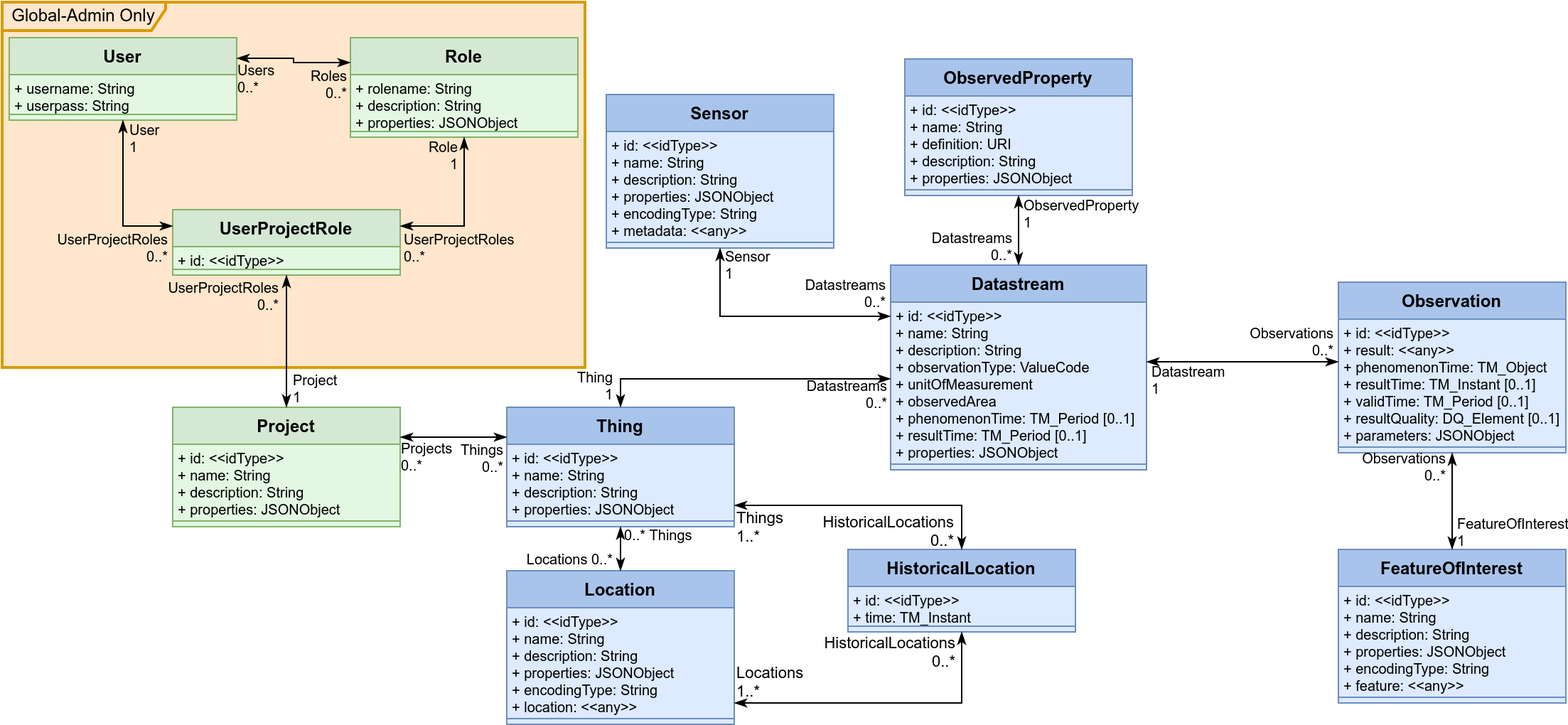
The draw.io diagram Datamodel-SensorThingsApi-SecurityTest.drawio.png in hylkevds/FROST-Server.Plugin.SecurityTest, before a commit. Source tidied: cells renumbered, new cells last; positions are measured from the earlier drawing's top-left corner, leaving out a move shared by most shapes.
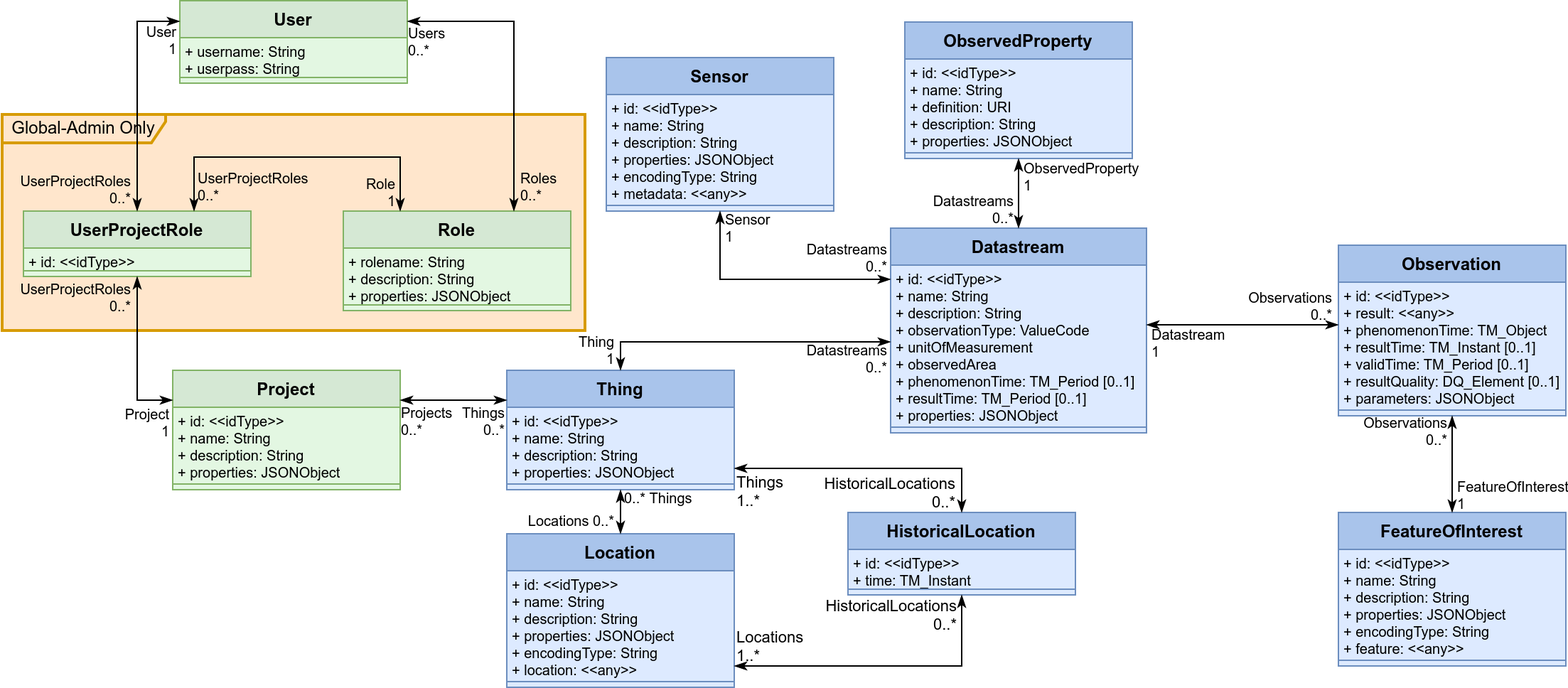
The same diagram one commit later.

Commit message:
Users can see their own user and change their password

The edit, as a diff of the source:
```diff
@@ -3,7 +3,7 @@
     <mxCell id="0" />
     <mxCell id="1" parent="0" />
     <mxCell id="2" value="Global-Admin Only" style="shape=umlFrame;whiteSpace=wrap;html=1;width=115;height=20;fillColor=#ffe6cc;strokeColor=#d79b00;perimeterSpacing=0;strokeWidth=2;shadow=0;labelBackgroundColor=none;swimlaneFillColor=#FFE6CC;" parent="1" vertex="1">
-      <mxGeometry width="410" height="257" as="geometry" />
+      <mxGeometry y="105" width="410" height="152" as="geometry" />
     </mxCell>
     <mxCell id="3" value="Thing" style="swimlane;fontStyle=1;align=center;verticalAlign=top;horizontal=1;startSize=26;fillColor=#A9C4EB;strokeColor=#6c8ebf;swimlaneFillColor=#DDEAFF;" parent="1" vertex="1">
       <mxGeometry x="355" y="285" width="160" height="84" as="geometry" />
@@ -291,7 +291,7 @@
       </mxGeometry>
     </mxCell>
     <mxCell id="88" value="UserProjectRole" style="swimlane;fontStyle=1;align=center;verticalAlign=top;horizontal=1;startSize=26;fillColor=#d5e8d4;strokeColor=#82b366;swimlaneFillColor=#E3F7E2;" parent="1" vertex="1">
-      <mxGeometry x="120" y="146" width="160" height="46" as="geometry" />
+      <mxGeometry x="15" y="173" width="160" height="46" as="geometry" />
     </mxCell>
     <mxCell id="89" value="+ id: &lt;&lt;idType&gt;&gt;" style="text;strokeColor=none;fillColor=none;align=left;verticalAlign=top;spacingLeft=4;spacingRight=4;overflow=hidden;fontSize=10;spacing=0;" parent="88" vertex="1">
       <mxGeometry y="26" width="160" height="12" as="geometry" />
@@ -300,7 +300,7 @@
       <mxGeometry y="38" width="160" height="8" as="geometry" />
     </mxCell>
     <mxCell id="91" value="User" style="swimlane;fontStyle=1;align=center;verticalAlign=top;horizontal=1;startSize=26;fillColor=#d5e8d4;strokeColor=#82b366;swimlaneFillColor=#E3F7E2;" parent="1" vertex="1">
-      <mxGeometry x="5" y="25" width="160" height="58" as="geometry" />
+      <mxGeometry x="125" y="25" width="160" height="58" as="geometry" />
     </mxCell>
     <mxCell id="92" value="+ username: String" style="text;strokeColor=none;fillColor=none;align=left;verticalAlign=top;spacingLeft=4;spacingRight=4;overflow=hidden;fontSize=10;spacing=0;" parent="91" vertex="1">
       <mxGeometry y="26" width="160" height="12" as="geometry" />
@@ -330,7 +330,7 @@
       <mxGeometry y="76" width="160" height="8" as="geometry" />
     </mxCell>
     <mxCell id="101" value="Role" style="swimlane;fontStyle=1;align=center;verticalAlign=top;horizontal=1;startSize=26;fillColor=#d5e8d4;strokeColor=#82b366;swimlaneFillColor=#E3F7E2;" parent="1" vertex="1">
-      <mxGeometry x="245" y="25" width="160" height="70" as="geometry" />
+      <mxGeometry x="240" y="173" width="160" height="70" as="geometry" />
     </mxCell>
     <mxCell id="102" value="+ rolename: String" style="text;strokeColor=none;fillColor=none;align=left;verticalAlign=top;spacingLeft=4;spacingRight=4;overflow=hidden;fontSize=10;spacing=0;" parent="101" vertex="1">
       <mxGeometry y="26" width="160" height="12" as="geometry" />
@@ -357,10 +357,10 @@
         <mxPoint x="-1" y="29" as="offset" />
       </mxGeometry>
     </mxCell>
-    <mxCell id="109" style="endArrow=classicThin;html=1;edgeStyle=orthogonalEdgeStyle;rounded=0;fontSize=10;exitX=0;exitY=0.25;exitDx=0;exitDy=0;startArrow=classicThin;startFill=1;endFill=1;entryX=1;entryY=0.25;entryDx=0;entryDy=0;" parent="1" edge="1" source="101" target="91">
+    <mxCell id="109" style="endArrow=classicThin;html=1;edgeStyle=orthogonalEdgeStyle;rounded=0;fontSize=10;exitX=0.75;exitY=0;exitDx=0;exitDy=0;startArrow=classicThin;startFill=1;endFill=1;entryX=1;entryY=0.25;entryDx=0;entryDy=0;" parent="1" edge="1" source="101" target="91">
       <mxGeometry relative="1" as="geometry" />
     </mxCell>
-    <mxCell id="110" value="&lt;div&gt;Roles&lt;/div&gt;&lt;div&gt;0..*&lt;br&gt;&lt;/div&gt;" style="edgeLabel;html=1;align=right;verticalAlign=top;labelBackgroundColor=none;fontSize=10;spacing=2;spacingRight=4;" parent="109" vertex="1">
+    <mxCell id="110" value="&lt;div&gt;Roles&lt;/div&gt;&lt;div&gt;0..*&lt;br&gt;&lt;/div&gt;" style="edgeLabel;html=1;align=left;verticalAlign=bottom;labelBackgroundColor=none;fontSize=10;spacing=2;spacingRight=4;" parent="109" vertex="1">
       <mxGeometry x="-1" relative="1" as="geometry">
         <mxPoint x="3" y="-3" as="offset" />
       </mxGeometry>
@@ -370,33 +370,38 @@
         <mxPoint x="-1" y="29" as="offset" />
       </mxGeometry>
     </mxCell>
-    <mxCell id="112" style="endArrow=classicThin;html=1;edgeStyle=orthogonalEdgeStyle;rounded=0;fontSize=10;exitX=0;exitY=0.25;exitDx=0;exitDy=0;startArrow=classicThin;startFill=1;endFill=1;entryX=0.5;entryY=1;entryDx=0;entryDy=0;" parent="1" edge="1" source="88" target="91">
+    <mxCell id="112" style="endArrow=classicThin;html=1;edgeStyle=orthogonalEdgeStyle;rounded=0;fontSize=10;exitX=0.5;exitY=0;exitDx=0;exitDy=0;startArrow=classicThin;startFill=1;endFill=1;entryX=0;entryY=0.25;entryDx=0;entryDy=0;" parent="1" edge="1" source="88" target="91">
       <mxGeometry relative="1" as="geometry" />
     </mxCell>
-    <mxCell id="113" value="&lt;div&gt;UserProjectRoles&lt;/div&gt;&lt;div&gt;0..*&lt;br&gt;&lt;/div&gt;" style="edgeLabel;html=1;align=right;verticalAlign=top;labelBackgroundColor=none;fontSize=10;spacing=2;spacingRight=4;" parent="112" vertex="1">
+    <mxCell id="113" value="&lt;div&gt;UserProjectRoles&lt;/div&gt;&lt;div&gt;0..*&lt;br&gt;&lt;/div&gt;" style="edgeLabel;html=1;align=right;verticalAlign=bottom;labelBackgroundColor=none;fontSize=10;spacing=2;spacingRight=4;" parent="112" vertex="1">
       <mxGeometry x="-1" relative="1" as="geometry">
-        <mxPoint x="2" y="-3" as="offset" />
+        <mxPoint y="-1" as="offset" />
       </mxGeometry>
     </mxCell>
-    <mxCell id="114" value="&lt;div&gt;User&lt;/div&gt;&lt;div&gt;1&lt;br&gt;&lt;/div&gt;" style="edgeLabel;html=1;align=left;verticalAlign=bottom;labelBackgroundColor=none;fontSize=10;horizontal=1;spacing=2;" parent="112" vertex="1">
+    <mxCell id="114" value="&lt;div&gt;User&lt;/div&gt;&lt;div&gt;1&lt;br&gt;&lt;/div&gt;" style="edgeLabel;html=1;align=right;verticalAlign=bottom;labelBackgroundColor=none;fontSize=10;horizontal=1;spacing=2;" parent="112" vertex="1">
       <mxGeometry x="1" relative="1" as="geometry">
-        <mxPoint x="3" y="28" as="offset" />
+        <mxPoint x="-2" y="28" as="offset" />
       </mxGeometry>
     </mxCell>
-    <mxCell id="115" style="endArrow=classicThin;html=1;edgeStyle=orthogonalEdgeStyle;rounded=0;fontSize=10;exitX=1;exitY=0.25;exitDx=0;exitDy=0;startArrow=classicThin;startFill=1;endFill=1;entryX=0.5;entryY=1;entryDx=0;entryDy=0;" parent="1" edge="1" source="88" target="101">
-      <mxGeometry relative="1" as="geometry" />
+    <mxCell id="115" style="endArrow=classicThin;html=1;rounded=0;fontSize=10;startArrow=classicThin;startFill=1;endFill=1;entryX=0.25;entryY=0;entryDx=0;entryDy=0;edgeStyle=elbowEdgeStyle;elbow=vertical;" parent="1" edge="1" target="101">
+      <mxGeometry relative="1" as="geometry">
+        <mxPoint x="135" y="173" as="sourcePoint" />
+        <Array as="points">
+          <mxPoint x="210" y="135" />
+        </Array>
+      </mxGeometry>
     </mxCell>
-    <mxCell id="116" value="&lt;div&gt;UserProjectRoles&lt;/div&gt;&lt;div&gt;0..*&lt;br&gt;&lt;/div&gt;" style="edgeLabel;html=1;align=left;verticalAlign=top;labelBackgroundColor=none;fontSize=10;spacing=2;spacingRight=4;" parent="115" vertex="1">
+    <mxCell id="116" value="&lt;div&gt;UserProjectRoles&lt;/div&gt;&lt;div&gt;0..*&lt;br&gt;&lt;/div&gt;" style="edgeLabel;html=1;align=left;verticalAlign=bottom;labelBackgroundColor=none;fontSize=10;spacing=2;spacingRight=4;" parent="115" vertex="1">
       <mxGeometry x="-1" relative="1" as="geometry">
         <mxPoint x="1" y="-3" as="offset" />
       </mxGeometry>
     </mxCell>
     <mxCell id="117" value="&lt;div style=&quot;&quot;&gt;Role&lt;/div&gt;&lt;div&gt;1&lt;br&gt;&lt;/div&gt;" style="edgeLabel;html=1;align=right;verticalAlign=bottom;labelBackgroundColor=none;fontSize=10;horizontal=1;spacing=2;" parent="115" vertex="1">
       <mxGeometry x="1" relative="1" as="geometry">
-        <mxPoint x="-3" y="28" as="offset" />
+        <mxPoint x="-3" y="1" as="offset" />
       </mxGeometry>
     </mxCell>
-    <mxCell id="118" style="endArrow=classicThin;html=1;edgeStyle=orthogonalEdgeStyle;rounded=0;fontSize=10;exitX=0.5;exitY=1;exitDx=0;exitDy=0;startArrow=classicThin;startFill=1;endFill=1;entryX=0.5;entryY=0;entryDx=0;entryDy=0;" parent="1" edge="1" source="88" target="95">
+    <mxCell id="118" style="endArrow=classicThin;html=1;edgeStyle=orthogonalEdgeStyle;rounded=0;fontSize=10;exitX=0.5;exitY=1;exitDx=0;exitDy=0;startArrow=classicThin;startFill=1;endFill=1;entryX=0;entryY=0.25;entryDx=0;entryDy=0;" parent="1" edge="1" source="88" target="95">
       <mxGeometry relative="1" as="geometry" />
     </mxCell>
     <mxCell id="119" value="&lt;div&gt;UserProjectRoles&lt;/div&gt;&lt;div&gt;0..*&lt;br&gt;&lt;/div&gt;" style="edgeLabel;html=1;align=right;verticalAlign=top;labelBackgroundColor=none;fontSize=10;spacing=2;spacingRight=4;" parent="118" vertex="1">
@@ -404,9 +409,9 @@
         <mxPoint y="-3" as="offset" />
       </mxGeometry>
     </mxCell>
-    <mxCell id="120" value="&lt;div&gt;Project&lt;/div&gt;&lt;div&gt;1&lt;br&gt;&lt;/div&gt;" style="edgeLabel;html=1;align=left;verticalAlign=bottom;labelBackgroundColor=none;fontSize=10;horizontal=1;spacing=2;" parent="118" vertex="1">
+    <mxCell id="120" value="&lt;div&gt;Project&lt;/div&gt;&lt;div&gt;1&lt;br&gt;&lt;/div&gt;" style="edgeLabel;html=1;align=right;verticalAlign=top;labelBackgroundColor=none;fontSize=10;horizontal=1;spacing=2;" parent="118" vertex="1">
       <mxGeometry x="1" relative="1" as="geometry">
-        <mxPoint x="3" y="1" as="offset" />
+        <mxPoint x="-2" y="-2" as="offset" />
       </mxGeometry>
     </mxCell>
   </root>
```
